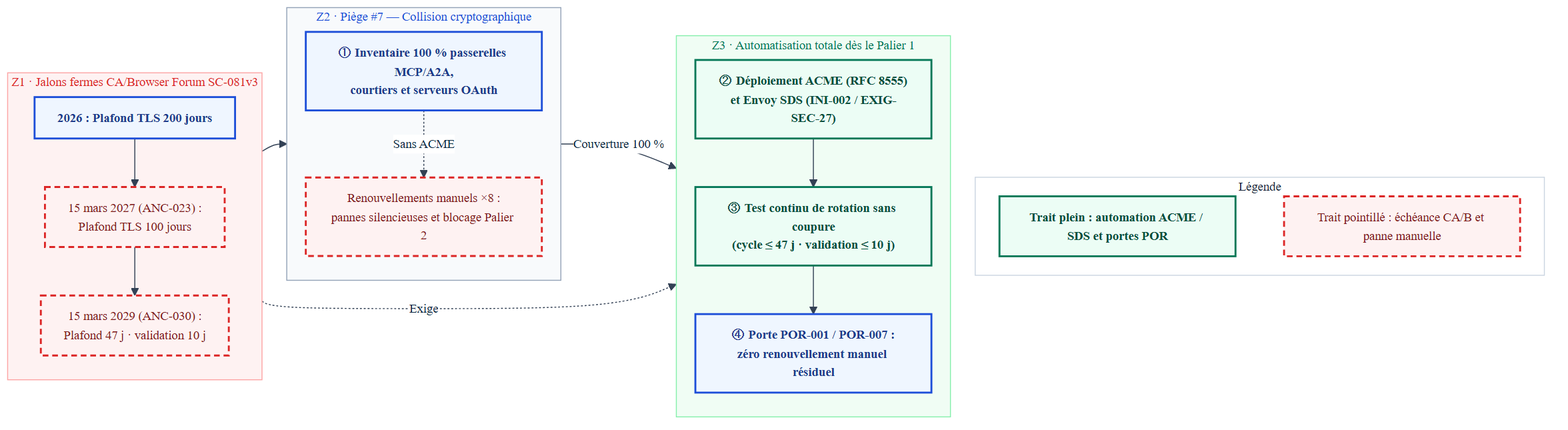
Earlier version of the Mermaid export Compendium/ouvrage/schemas/rendus/SCH-18-01.png (agbruneau/Agentique). Its source is kept beside it as Compendium/ouvrage/schemas/SCH-18-01.mmd.
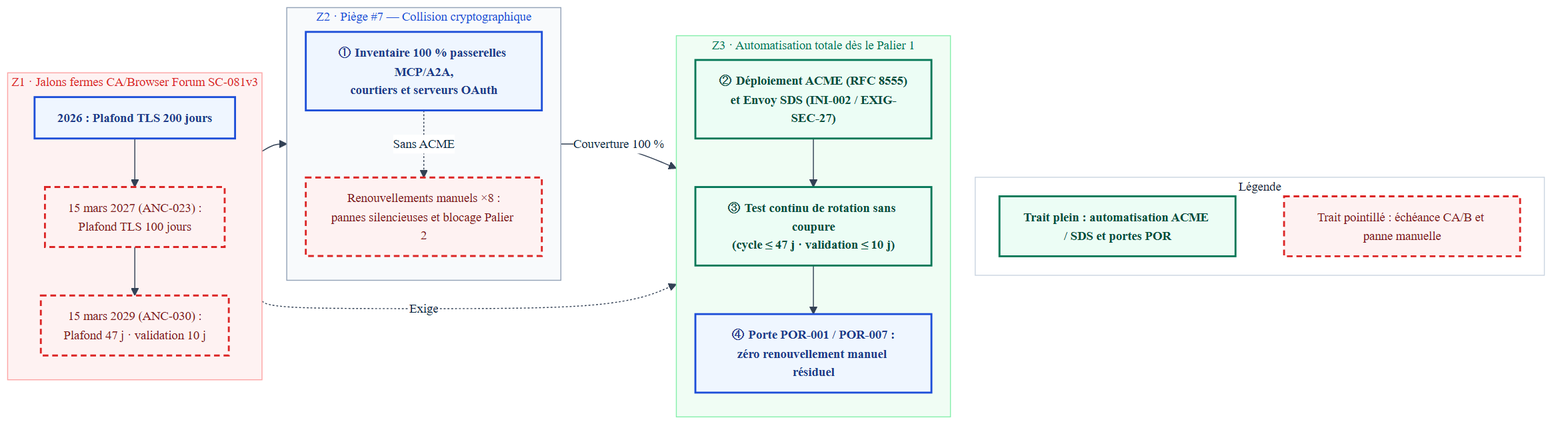
Later version of the same file.

Change to the diagram source:
```diff
@@ -29,7 +29,7 @@
 
   subgraph LEG["Légende"]
     direction LR
-    L_DET["Trait plein : automation ACME / SDS et portes POR"]:::green
+    L_DET["Trait plein : automatisation ACME / SDS et portes POR"]:::green
     L_PROB["Trait pointillé : échéance CA/B et panne manuelle"]:::warn
     L_DET ~~~ L_PROB
   end
```
